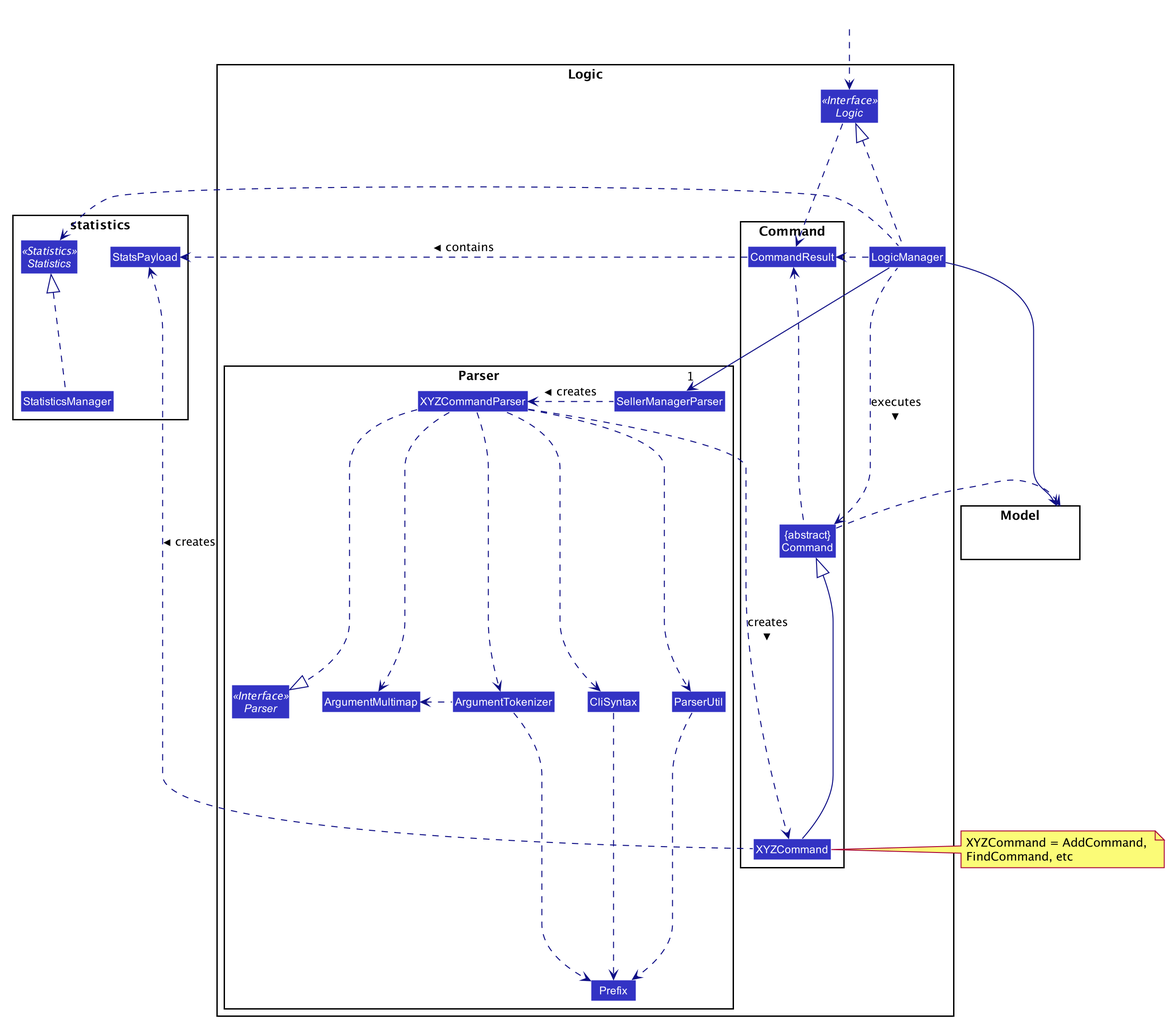
This is images/LogicClassDiagram.png from AY1920S1-CS2103T-T09-4/main, a PlantUML export, as it was before one commit. The source it was exported from:
```plantuml
@startuml








skinparam BackgroundColor #FFFFFFF

skinparam Shadowing false

skinparam Class {
    FontColor #FFFFFF
    BorderThickness 1
    BorderColor #FFFFFF
    StereotypeFontColor #FFFFFF
    FontName Arial
}

skinparam Actor {
    BorderColor #000000
    Color #000000
    FontName Arial
}

skinparam Sequence {
    MessageAlign center
    BoxFontSize 15
    BoxPadding 0
    BoxFontColor #FFFFFF
    FontName Arial
}

skinparam Participant {
    FontColor #FFFFFFF
    Padding 20
}

skinparam MinClassWidth 50
skinparam ParticipantPadding 10
skinparam Shadowing false
skinparam DefaultTextAlignment center
skinparam packageStyle Rectangle

hide footbox
hide members
hide circle
skinparam arrowThickness 1.1
skinparam arrowColor #101086
skinparam classBackgroundColor #3333C4

package Logic {

package Parser {
Interface Parser <<Interface>>
Class SellerManagerParser
Class XYZCommandParser
Class CliSyntax
Class ParserUtil
Class ArgumentMultimap
Class ArgumentTokenizer
Class Prefix
}

package Command {
Class XYZCommand
Class CommandResult
Class "{abstract}\nCommand" as Command
}

Interface Logic <<Interface>>
Class LogicManager
}

package Model{
Class HiddenModel #FFFFFF
}

Class HiddenOutside #FFFFFF
HiddenOutside ..> Logic

LogicManager .up.|> Logic
LogicManager -->"1" SellerManagerParser
SellerManagerParser .left.> XYZCommandParser: creates >

XYZCommandParser ..> XYZCommand : creates >
XYZCommandParser ..|> Parser
XYZCommandParser ..> ArgumentMultimap
XYZCommandParser ..> ArgumentTokenizer
ArgumentTokenizer .left.> ArgumentMultimap
XYZCommandParser ..> CliSyntax
CliSyntax ..> Prefix
XYZCommandParser ..> ParserUtil
ParserUtil .down.> Prefix
ArgumentTokenizer .down.> Prefix
XYZCommand -up-|> Command
LogicManager .left.> Command : executes >

LogicManager --> Model
Command .right.> Model
note left of XYZCommand: XYZCommand = AddCommand, \nFindCommand, etc


package statistics {
Class StatsPayload
Interface Statistics <<Statistics>>
Class StatisticsManager


}

StatisticsManager .up.|> Statistics
CommandResult .right.> StatsPayload : contains >
XYZCommand .up.>StatsPayload : creates >
Logic ..> CommandResult
LogicManager .up.> Statistics
LogicManager .right.> CommandResult
Command .up.> CommandResult
CommandResult -[hidden]-> Parser
@enduml
```
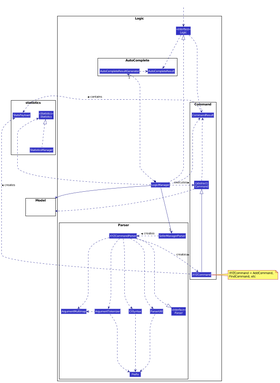
After the change.

What changed in the source:
```diff
@@ -70,6 +70,11 @@
 Class "{abstract}\nCommand" as Command
 }
 
+package AutoComplete {
+Class AutoCompleteResult
+Class AutoCompleteResultGenerator
+}
+
 Interface Logic <<Interface>>
 Class LogicManager
 }
@@ -81,7 +86,7 @@
 Class HiddenOutside #FFFFFF
 HiddenOutside ..> Logic
 
-LogicManager .up.|> Logic
+LogicManager .up..|> Logic
 LogicManager -->"1" SellerManagerParser
 SellerManagerParser .left.> XYZCommandParser: creates >
 
@@ -112,11 +117,16 @@
 }
 
 StatisticsManager .up.|> Statistics
-CommandResult .right.> StatsPayload : contains >
+CommandResult .left.> StatsPayload : contains >
 XYZCommand .up.>StatsPayload : creates >
-Logic ..> CommandResult
+Logic -..> CommandResult
 LogicManager .up.> Statistics
-LogicManager .right.> CommandResult
+LogicManager .up.> CommandResult
 Command .up.> CommandResult
 CommandResult -[hidden]-> Parser
+
+Logic .> AutoCompleteResult
+LogicManager *--.up.> "1" AutoCompleteResultGenerator
+AutoCompleteResultGenerator .> AutoCompleteResult
+
 @enduml
```
